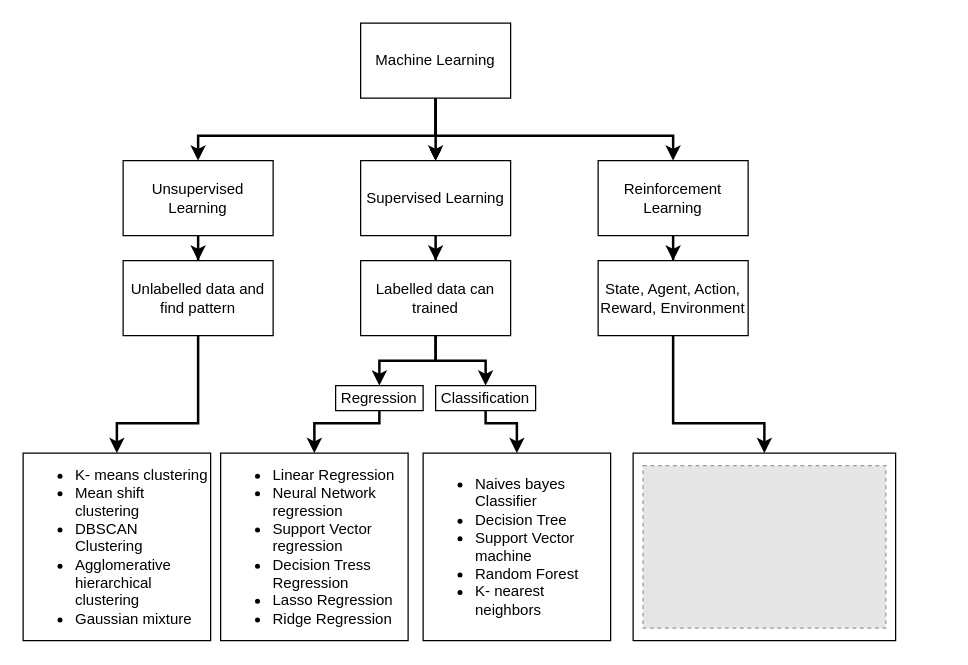
bapukokare/assignment keeps this draw.io diagram as RL.drawio. Above is the earlier version. Source tidied: cells renumbered, new cells numbered last; positions are measured from the earlier drawing's top-left corner, leaving out a move shared by most shapes. Both pictures are drawn from the tidied source at 125%, with x=0, y=0 at pixel (22, 22). Pictures stored in the file or linked from it are replaced by grey dashed boxes.
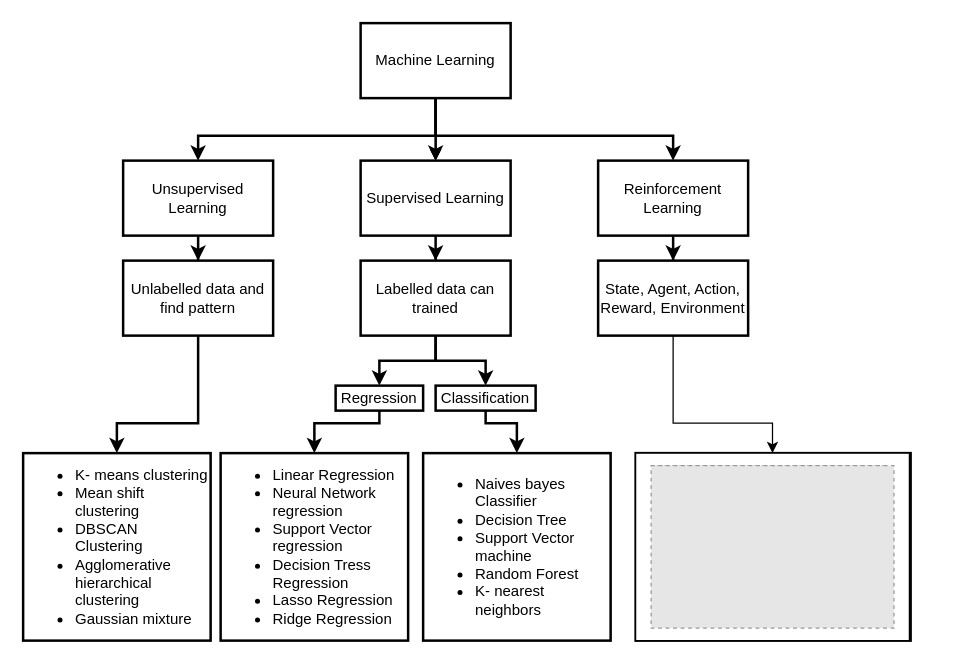
The same diagram, later.

What changed in the source:
```diff
@@
-    <mxCell id="3" value="Reinforcement Learning" style="rounded=0;whiteSpace=wrap;html=1;labelBackgroundColor=none;" parent="1" vertex="1">
+    <mxCell id="3" value="Reinforcement Learning" style="rounded=0;whiteSpace=wrap;html=1;labelBackgroundColor=none;strokeWidth=2;" parent="1" vertex="1">
       <mxGeometry x="460" y="110" width="120" height="60" as="geometry" />
     </mxCell>
@@
-    <mxCell id="9" value="Machine Learning" style="rounded=0;whiteSpace=wrap;html=1;labelBackgroundColor=none;" parent="1" vertex="1">
+    <mxCell id="9" value="Machine Learning" style="rounded=0;whiteSpace=wrap;html=1;labelBackgroundColor=none;strokeWidth=2;" parent="1" vertex="1">
       <mxGeometry x="270" width="120" height="60" as="geometry" />
     </mxCell>
@@
-    <mxCell id="11" value="Supervised Learning" style="rounded=0;whiteSpace=wrap;html=1;labelBackgroundColor=none;" parent="1" vertex="1">
+    <mxCell id="11" value="Supervised Learning" style="rounded=0;whiteSpace=wrap;html=1;labelBackgroundColor=none;strokeWidth=2;" parent="1" vertex="1">
       <mxGeometry x="270" y="110" width="120" height="60" as="geometry" />
     </mxCell>
@@
-    <mxCell id="13" value="Unsupervised Learning" style="rounded=0;whiteSpace=wrap;html=1;labelBackgroundColor=none;" parent="1" vertex="1">
+    <mxCell id="13" value="Unsupervised Learning" style="rounded=0;whiteSpace=wrap;html=1;labelBackgroundColor=none;strokeWidth=2;" parent="1" vertex="1">
       <mxGeometry x="80" y="110" width="120" height="60" as="geometry" />
     </mxCell>
@@
-    <mxCell id="16" value="Labelled data can trained" style="rounded=0;whiteSpace=wrap;html=1;labelBackgroundColor=none;" parent="1" vertex="1">
+    <mxCell id="16" value="Labelled data can trained" style="rounded=0;whiteSpace=wrap;html=1;labelBackgroundColor=none;strokeWidth=2;" parent="1" vertex="1">
       <mxGeometry x="270" y="190" width="120" height="60" as="geometry" />
     </mxCell>
@@
-    <mxCell id="18" value="Unlabelled data and find pattern" style="whiteSpace=wrap;html=1;rounded=0;labelBackgroundColor=none;" parent="1" vertex="1">
+    <mxCell id="18" value="Unlabelled data and find pattern" style="whiteSpace=wrap;html=1;rounded=0;labelBackgroundColor=none;strokeWidth=2;" parent="1" vertex="1">
       <mxGeometry x="80" y="190" width="120" height="60" as="geometry" />
     </mxCell>
-    <mxCell id="19" style="edgeStyle=orthogonalEdgeStyle;rounded=0;jettySize=auto;html=1;entryX=0.5;entryY=0;entryDx=0;entryDy=0;labelBackgroundColor=none;strokeWidth=2;fontColor=default;" parent="1" edge="1" source="20" target="29">
+    <mxCell id="19" style="edgeStyle=orthogonalEdgeStyle;rounded=0;jettySize=auto;html=1;entryX=0.5;entryY=0;entryDx=0;entryDy=0;" parent="1" edge="1" source="20" target="29">
       <mxGeometry relative="1" as="geometry">
         <Array as="points">
           <mxPoint x="520" y="320" />
-          <mxPoint x="593" y="320" />
+          <mxPoint x="600" y="320" />
         </Array>
       </mxGeometry>
     </mxCell>
-    <mxCell id="20" value="State, Agent, Action, Reward, Environment" style="rounded=0;whiteSpace=wrap;html=1;labelBackgroundColor=none;" parent="1" vertex="1">
+    <mxCell id="20" value="State, Agent, Action, Reward, Environment" style="rounded=0;whiteSpace=wrap;html=1;labelBackgroundColor=none;strokeWidth=2;" parent="1" vertex="1">
       <mxGeometry x="460" y="190" width="120" height="60" as="geometry" />
     </mxCell>
@@
-    <mxCell id="22" value="Regression" style="whiteSpace=wrap;html=1;rounded=0;labelBackgroundColor=none;" parent="1" vertex="1">
+    <mxCell id="22" value="Regression" style="whiteSpace=wrap;html=1;rounded=0;labelBackgroundColor=none;strokeWidth=2;" parent="1" vertex="1">
       <mxGeometry x="250" y="290" width="70" height="20" as="geometry" />
     </mxCell>
@@
-    <mxCell id="24" value="Classification" style="whiteSpace=wrap;html=1;rounded=0;labelBackgroundColor=none;" parent="1" vertex="1">
+    <mxCell id="24" value="Classification" style="whiteSpace=wrap;html=1;rounded=0;labelBackgroundColor=none;strokeWidth=2;" parent="1" vertex="1">
       <mxGeometry x="330" y="290" width="80" height="20" as="geometry" />
     </mxCell>
-    <mxCell id="25" value="&lt;ul&gt;&lt;li&gt;K- means clustering&lt;/li&gt;&lt;li&gt;Mean shift clustering&lt;/li&gt;&lt;li&gt;DBSCAN Clustering&amp;nbsp;&lt;/li&gt;&lt;li&gt;Agglomerative hierarchical clustering&lt;/li&gt;&lt;li&gt;Gaussian mixture&lt;/li&gt;&lt;/ul&gt;" style="whiteSpace=wrap;html=1;rounded=0;align=left;labelBackgroundColor=none;" parent="1" vertex="1">
+    <mxCell id="25" value="&lt;ul&gt;&lt;li&gt;K- means clustering&lt;/li&gt;&lt;li&gt;Mean shift clustering&lt;/li&gt;&lt;li&gt;DBSCAN Clustering&amp;nbsp;&lt;/li&gt;&lt;li&gt;Agglomerative hierarchical clustering&lt;/li&gt;&lt;li&gt;Gaussian mixture&lt;/li&gt;&lt;/ul&gt;" style="whiteSpace=wrap;html=1;rounded=0;align=left;labelBackgroundColor=none;strokeWidth=2;" parent="1" vertex="1">
       <mxGeometry y="344" width="150" height="150" as="geometry" />
     </mxCell>
-    <mxCell id="26" style="group;labelBackgroundColor=none;" parent="1" vertex="1">
-      <mxGeometry x="485" y="344" width="253" height="150" as="geometry" />
+    <mxCell id="26" style="group;labelBackgroundColor=none;verticalAlign=middle;fillColor=default;strokeColor=default;rounded=0;strokeWidth=2;" parent="1" vertex="1">
+      <mxGeometry x="490" y="344" width="220" height="150" as="geometry" />
     </mxCell>
+    <mxCell id="31" value="&lt;ul&gt;&lt;li&gt;Naives bayes Classifier&lt;/li&gt;&lt;li&gt;Decision Tree&amp;nbsp;&lt;/li&gt;&lt;li&gt;Support Vector machine&lt;/li&gt;&lt;li&gt;Random Forest&amp;nbsp;&lt;/li&gt;&lt;li&gt;K- nearest neighbors&amp;nbsp;&lt;/li&gt;&lt;/ul&gt;" style="whiteSpace=wrap;html=1;rounded=0;align=left;labelBackgroundColor=none;strokeWidth=2;" parent="1" vertex="1">
+      <mxGeometry x="320" y="344" width="150" height="150" as="geometry" />
+    </mxCell>
-    <mxCell id="27" value="&lt;ul&gt;&lt;li&gt;Linear Regression&lt;/li&gt;&lt;li&gt;Neural Network regression&lt;/li&gt;&lt;li&gt;Support Vector regression&lt;/li&gt;&lt;li&gt;Decision Tress Regression&lt;/li&gt;&lt;li&gt;Lasso Regression&lt;/li&gt;&lt;li&gt;Ridge Regression&lt;/li&gt;&lt;/ul&gt;" style="whiteSpace=wrap;html=1;rounded=0;align=left;labelBackgroundColor=none;" parent="26" vertex="1">
-      <mxGeometry x="-327" width="150" height="150" as="geometry" />
+    <mxCell id="27" value="&lt;ul&gt;&lt;li&gt;Linear Regression&lt;/li&gt;&lt;li&gt;Neural Network regression&lt;/li&gt;&lt;li&gt;Support Vector regression&lt;/li&gt;&lt;li&gt;Decision Tress Regression&lt;/li&gt;&lt;li&gt;Lasso Regression&lt;/li&gt;&lt;li&gt;Ridge Regression&lt;/li&gt;&lt;/ul&gt;" style="whiteSpace=wrap;html=1;rounded=0;align=left;labelBackgroundColor=none;strokeWidth=2;" parent="1" vertex="1">
+      <mxGeometry x="158" y="344" width="150" height="150" as="geometry" />
     </mxCell>
-    <mxCell id="28" style="group;labelBackgroundColor=none;" parent="26" vertex="1">
-      <mxGeometry x="-7" width="250" height="150" as="geometry" />
+    <mxCell id="28" style="group;labelBackgroundColor=none;" parent="1" vertex="1">
+      <mxGeometry x="490" y="344" width="238" height="150" as="geometry" />
     </mxCell>
     <mxCell id="29" style="rounded=0;whiteSpace=wrap;html=1;labelBackgroundColor=none;" parent="28" vertex="1">
-      <mxGeometry x="10" width="210" height="150" as="geometry" />
+      <mxGeometry width="219" height="150" as="geometry" />
     </mxCell>
     <mxCell id="30" style="fillColor=#E6E6E6;strokeColor=#999999;dashed=1;verticalLabelPosition=bottom;verticalAlign=top;labelBackgroundColor=none;" parent="28" vertex="1">
-      <mxGeometry x="17.9" y="10" width="194.3" height="130" as="geometry" />
+      <mxGeometry x="17" y="10" width="184.9" height="123.8" as="geometry" />
     </mxCell>
-    <mxCell id="31" value="&lt;ul&gt;&lt;li&gt;Naives bayes Classifier&lt;/li&gt;&lt;li&gt;Decision Tree&amp;nbsp;&lt;/li&gt;&lt;li&gt;Support Vector machine&lt;/li&gt;&lt;li&gt;Random Forest&amp;nbsp;&lt;/li&gt;&lt;li&gt;K- nearest neighbors&amp;nbsp;&lt;/li&gt;&lt;/ul&gt;" style="whiteSpace=wrap;html=1;rounded=0;align=left;labelBackgroundColor=none;" parent="1" vertex="1">
-      <mxGeometry x="320" y="344" width="150" height="150" as="geometry" />
-    </mxCell>
+    <mxCell id="32" style="fillColor=#E6E6E6;strokeColor=#999999;dashed=1;verticalLabelPosition=bottom;verticalAlign=top;labelBackgroundColor=none;" parent="28" vertex="1">
+      <mxGeometry x="12.4" y="10" width="194.3" height="130" as="geometry" />
+    </mxCell>
```
